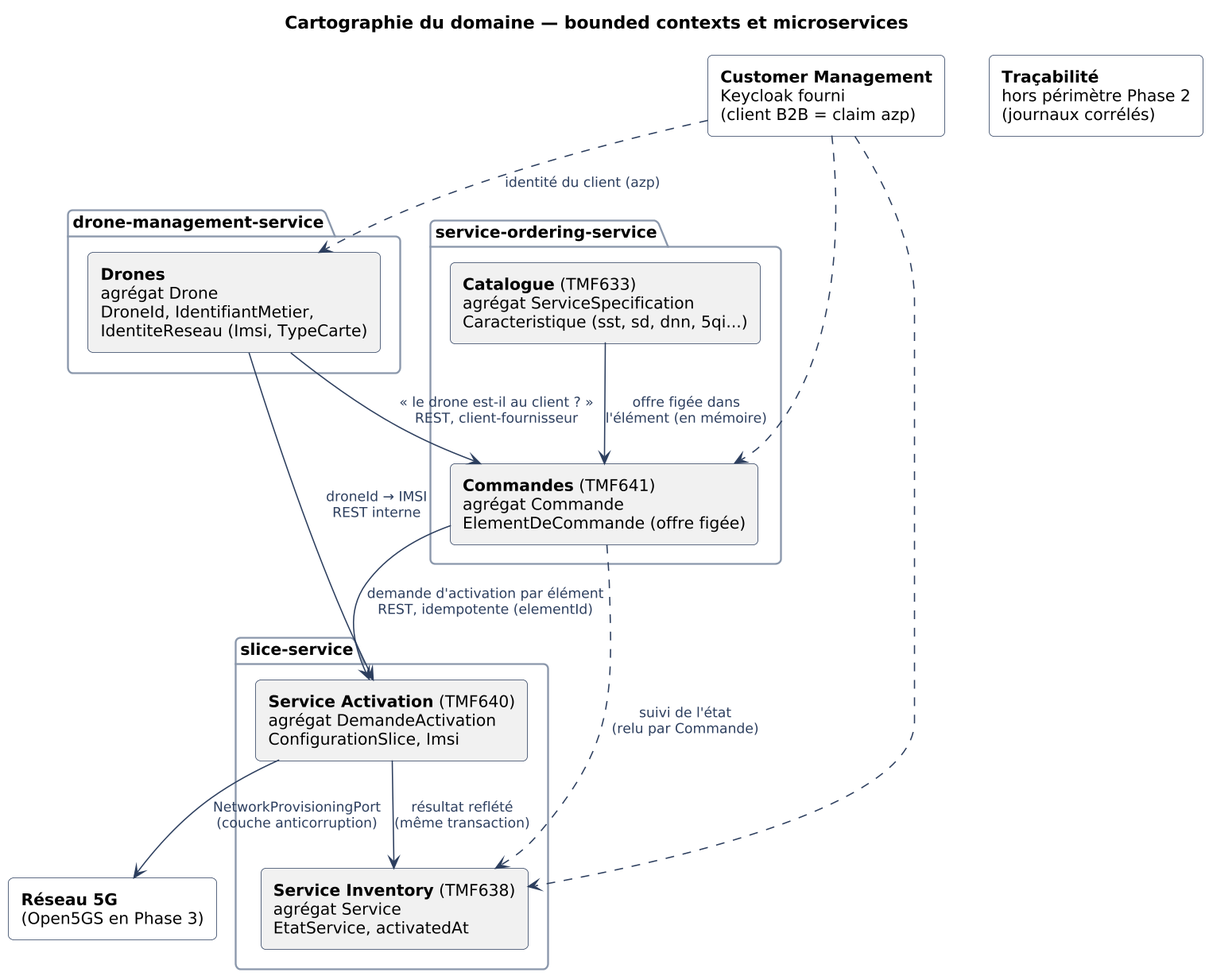
Above: docs/diagrammes/cartographie-domaine.png in ms292435/LOG430-CanDroneX (PlantUML), before the change.
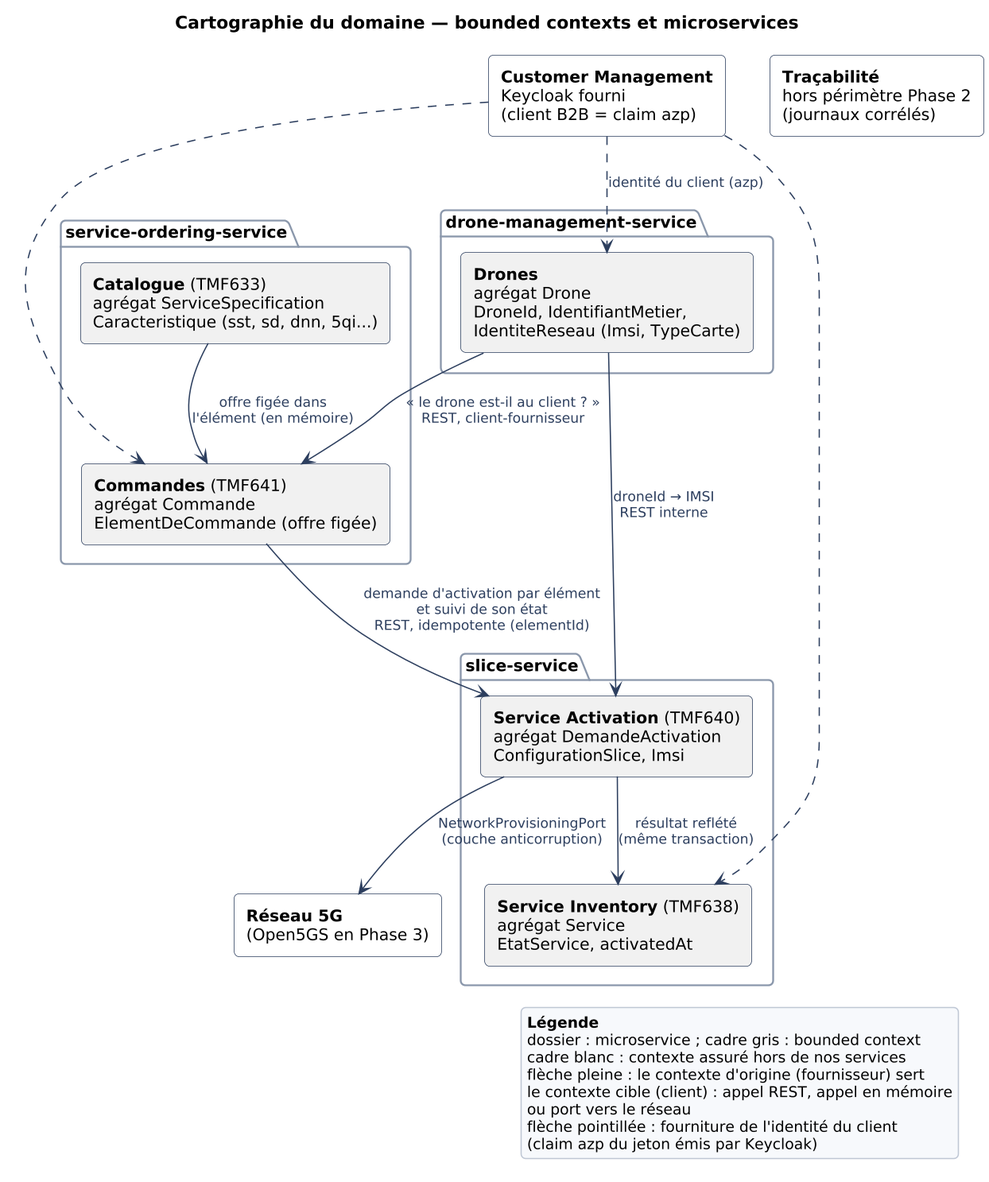
After the commit.

Commit message:
Ajouter une légende aux diagrammes et mettre la première colonne des tableaux en gras

Change to the diagram source:
```diff
@@ -23,12 +23,22 @@
 
 Catalogue --> Commandes : offre figée dans\nl'élément (en mémoire)
 Drones --> Commandes : « le drone est-il au client ? »\nREST, client-fournisseur
-Commandes --> Activation : demande d'activation par élément\nREST, idempotente (elementId)
+Commandes --> Activation : demande d'activation par élément\net suivi de son état\nREST, idempotente (elementId)
 Drones --> Activation : droneId → IMSI\nREST interne
 Activation --> Inventaire : résultat reflété\n(même transaction)
 Activation --> Reseau : NetworkProvisioningPort\n(couche anticorruption)
 Clients ..> Drones : identité du client (azp)
 Clients ..> Commandes
 Clients ..> Inventaire
-Commandes ..> Inventaire : suivi de l'état\n(relu par Commande)
+
+legend right
+  **Légende**
+  dossier : microservice ; cadre gris : bounded context
+  cadre blanc : contexte assuré hors de nos services
+  flèche pleine : le contexte d'origine (fournisseur) sert
+  le contexte cible (client) : appel REST, appel en mémoire
+  ou port vers le réseau
+  flèche pointillée : fourniture de l'identité du client
+  (claim azp du jeton émis par Keycloak)
+endlegend
 @enduml
```
